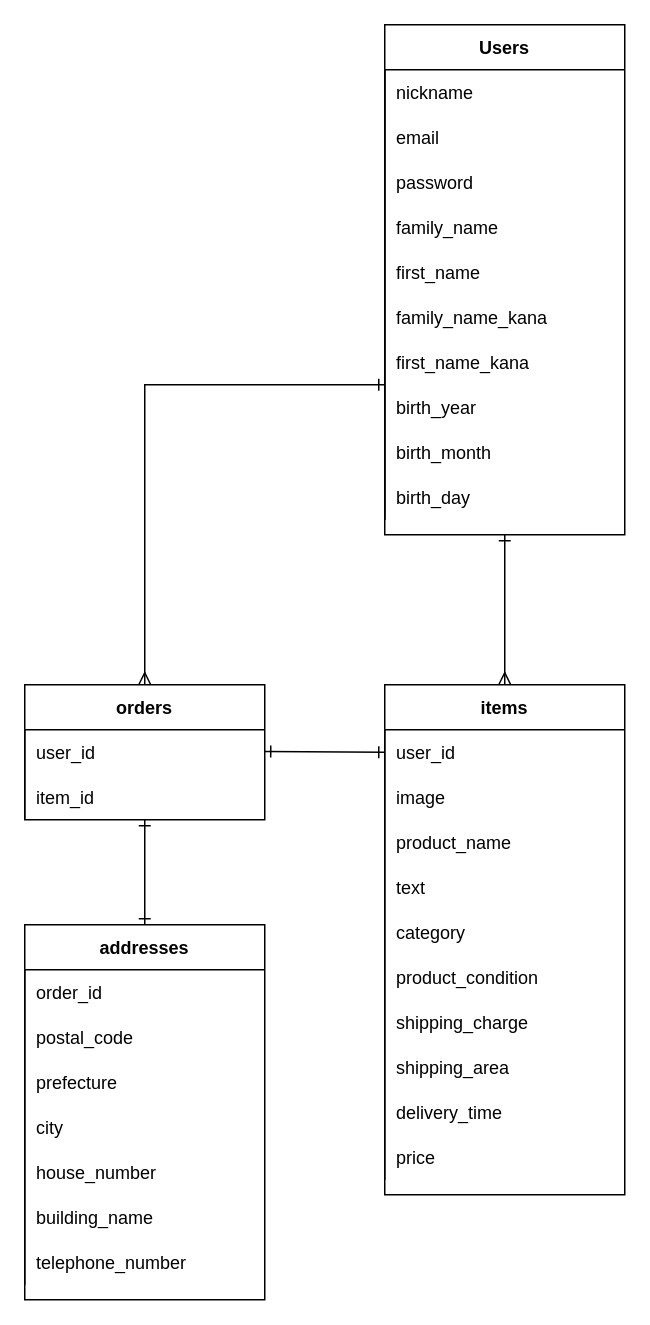
Earlier version of the draw.io diagram test.dio (yuma-matsumura/furima-33024). Source tidied: cells renumbered, new cells numbered last; positions are measured from the earlier drawing's top-left corner, leaving out a move shared by most shapes. Both pictures are drawn from the tidied source at 150%, with x=0, y=0 at pixel (24, 24).
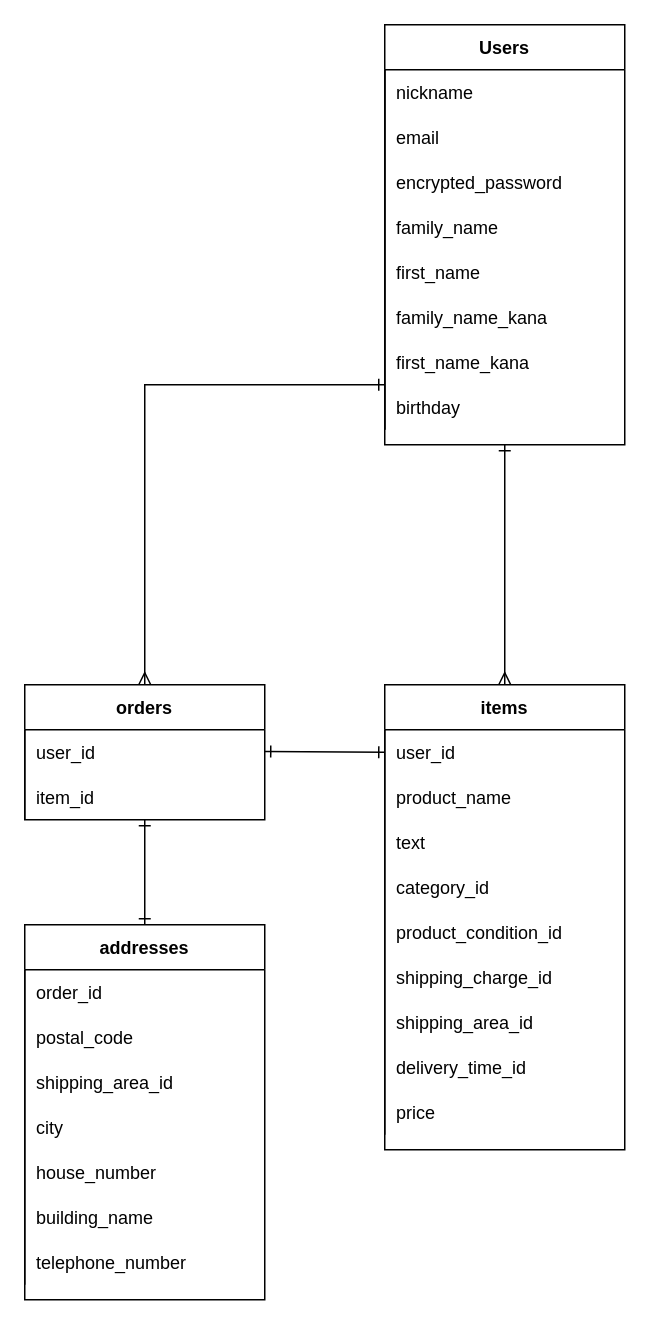
The same diagram, later.

Commit message (it also covers changes not shown here):
データベース設計　修正１

The change refers to these unchanged cells:
```xml
<mxCell id="11" style="shape=partialRectangle;fillColor=none;top=0;left=0;bottom=0;right=0;" parent="2" vertex="1">
  <mxGeometry y="90" width="160" height="30" as="geometry" />
</mxCell>
<mxCell id="88" style="shape=partialRectangle;fillColor=none;top=0;left=0;bottom=0;right=0;" parent="81" vertex="1">
  <mxGeometry y="90" width="160" height="30" as="geometry" />
</mxCell>
```

Diff of the diagram source:
```diff
@@
     <mxCell id="2" value="Users" style="shape=table;startSize=30;childLayout=tableLayout;rowLines=0;fontStyle=1;align=center;rounded=0;sketch=0;" parent="1" vertex="1">
-      <mxGeometry x="240" width="160" height="340" as="geometry" />
+      <mxGeometry x="240" width="160" height="280" as="geometry" />
     </mxCell>
@@
-    <mxCell id="14" value="password" style="shape=partialRectangle;fillColor=none;top=0;left=0;bottom=0;right=0;align=left;spacingLeft=6;overflow=hidden;" parent="11" vertex="1">
+    <mxCell id="14" value="encrypted_password" style="shape=partialRectangle;fillColor=none;top=0;left=0;bottom=0;right=0;align=left;spacingLeft=6;overflow=hidden;" parent="11" vertex="1">
       <mxGeometry width="160" height="30" as="geometry" />
     </mxCell>
@@
-    <mxCell id="31" style="shape=partialRectangle;fillColor=none;top=0;left=0;bottom=0;right=0;" parent="2" vertex="1">
-      <mxGeometry y="240" width="160" height="30" as="geometry" />
-    </mxCell>
-    <mxCell id="32" style="shape=partialRectangle;fillColor=none;top=0;left=0;bottom=0;right=0;overflow=hidden;" parent="31" vertex="1">
-      <mxGeometry height="30" as="geometry" />
-    </mxCell>
-    <mxCell id="33" style="shape=partialRectangle;fillColor=none;top=0;left=0;bottom=0;right=0;overflow=hidden;" parent="31" vertex="1">
-      <mxGeometry height="30" as="geometry" />
-    </mxCell>
-    <mxCell id="34" value="birth_year" style="shape=partialRectangle;fillColor=none;top=0;left=0;bottom=0;right=0;align=left;spacingLeft=6;overflow=hidden;" parent="31" vertex="1">
-      <mxGeometry width="160" height="30" as="geometry" />
-    </mxCell>
-    <mxCell id="35" style="shape=partialRectangle;fillColor=none;top=0;left=0;bottom=0;right=0;" parent="2" vertex="1">
-      <mxGeometry y="270" width="160" height="30" as="geometry" />
-    </mxCell>
-    <mxCell id="36" style="shape=partialRectangle;fillColor=none;top=0;left=0;bottom=0;right=0;overflow=hidden;" parent="35" vertex="1">
-      <mxGeometry height="30" as="geometry" />
-    </mxCell>
-    <mxCell id="37" style="shape=partialRectangle;fillColor=none;top=0;left=0;bottom=0;right=0;overflow=hidden;" parent="35" vertex="1">
-      <mxGeometry height="30" as="geometry" />
-    </mxCell>
-    <mxCell id="38" value="birth_month" style="shape=partialRectangle;fillColor=none;top=0;left=0;bottom=0;right=0;align=left;spacingLeft=6;overflow=hidden;" parent="35" vertex="1">
-      <mxGeometry width="160" height="30" as="geometry" />
-    </mxCell>
     <mxCell id="39" style="shape=partialRectangle;fillColor=none;top=0;left=0;bottom=0;right=0;" parent="2" vertex="1">
-      <mxGeometry y="300" width="160" height="30" as="geometry" />
+      <mxGeometry y="240" width="160" height="30" as="geometry" />
     </mxCell>
@@
-    <mxCell id="42" value="birth_day" style="shape=partialRectangle;fillColor=none;top=0;left=0;bottom=0;right=0;align=left;spacingLeft=6;overflow=hidden;" parent="39" vertex="1">
+    <mxCell id="42" value="birthday" style="shape=partialRectangle;fillColor=none;top=0;left=0;bottom=0;right=0;align=left;spacingLeft=6;overflow=hidden;" parent="39" vertex="1">
       <mxGeometry width="160" height="30" as="geometry" />
     </mxCell>
@@
     <mxCell id="50" value="items" style="shape=table;startSize=30;childLayout=tableLayout;rowLines=0;fontStyle=1;align=center;rounded=0;sketch=0;" parent="1" vertex="1">
-      <mxGeometry x="240" y="440" width="160" height="340" as="geometry" />
+      <mxGeometry x="240" y="440" width="160" height="310" as="geometry" />
     </mxCell>
@@
-    <mxCell id="54" style="shape=partialRectangle;fillColor=none;top=0;left=0;bottom=0;right=0;" parent="50" vertex="1">
-      <mxGeometry y="60" width="160" height="30" as="geometry" />
-    </mxCell>
-    <mxCell id="55" style="shape=partialRectangle;fillColor=none;top=0;left=0;bottom=0;right=0;overflow=hidden;" parent="54" vertex="1">
-      <mxGeometry height="30" as="geometry" />
-    </mxCell>
-    <mxCell id="56" value="image" style="shape=partialRectangle;fillColor=none;top=0;left=0;bottom=0;right=0;align=left;spacingLeft=6;overflow=hidden;" parent="54" vertex="1">
-      <mxGeometry width="160" height="30" as="geometry" />
-    </mxCell>
     <mxCell id="57" style="shape=partialRectangle;fillColor=none;top=0;left=0;bottom=0;right=0;" parent="50" vertex="1">
-      <mxGeometry y="90" width="160" height="30" as="geometry" />
+      <mxGeometry y="60" width="160" height="30" as="geometry" />
     </mxCell>
@@
     <mxCell id="60" style="shape=partialRectangle;fillColor=none;top=0;left=0;bottom=0;right=0;" parent="50" vertex="1">
-      <mxGeometry y="120" width="160" height="30" as="geometry" />
+      <mxGeometry y="90" width="160" height="30" as="geometry" />
     </mxCell>
@@
     <mxCell id="63" style="shape=partialRectangle;fillColor=none;top=0;left=0;bottom=0;right=0;" parent="50" vertex="1">
-      <mxGeometry y="150" width="160" height="30" as="geometry" />
+      <mxGeometry y="120" width="160" height="30" as="geometry" />
     </mxCell>
@@
-    <mxCell id="65" value="category" style="shape=partialRectangle;fillColor=none;top=0;left=0;bottom=0;right=0;align=left;spacingLeft=6;overflow=hidden;" parent="63" vertex="1">
+    <mxCell id="65" value="category_id" style="shape=partialRectangle;fillColor=none;top=0;left=0;bottom=0;right=0;align=left;spacingLeft=6;overflow=hidden;" parent="63" vertex="1">
       <mxGeometry width="160" height="30" as="geometry" />
     </mxCell>
     <mxCell id="66" style="shape=partialRectangle;fillColor=none;top=0;left=0;bottom=0;right=0;" parent="50" vertex="1">
-      <mxGeometry y="180" width="160" height="30" as="geometry" />
+      <mxGeometry y="150" width="160" height="30" as="geometry" />
     </mxCell>
@@
-    <mxCell id="68" value="product_condition" style="shape=partialRectangle;fillColor=none;top=0;left=0;bottom=0;right=0;align=left;spacingLeft=6;overflow=hidden;" parent="66" vertex="1">
+    <mxCell id="68" value="product_condition_id" style="shape=partialRectangle;fillColor=none;top=0;left=0;bottom=0;right=0;align=left;spacingLeft=6;overflow=hidden;" parent="66" vertex="1">
       <mxGeometry width="160" height="30" as="geometry" />
     </mxCell>
     <mxCell id="69" style="shape=partialRectangle;fillColor=none;top=0;left=0;bottom=0;right=0;" parent="50" vertex="1">
-      <mxGeometry y="210" width="160" height="30" as="geometry" />
+      <mxGeometry y="180" width="160" height="30" as="geometry" />
     </mxCell>
@@
-    <mxCell id="71" value="shipping_charge" style="shape=partialRectangle;fillColor=none;top=0;left=0;bottom=0;right=0;align=left;spacingLeft=6;overflow=hidden;" parent="69" vertex="1">
+    <mxCell id="71" value="shipping_charge_id" style="shape=partialRectangle;fillColor=none;top=0;left=0;bottom=0;right=0;align=left;spacingLeft=6;overflow=hidden;" parent="69" vertex="1">
       <mxGeometry width="160" height="30" as="geometry" />
     </mxCell>
     <mxCell id="72" style="shape=partialRectangle;fillColor=none;top=0;left=0;bottom=0;right=0;" parent="50" vertex="1">
-      <mxGeometry y="240" width="160" height="30" as="geometry" />
+      <mxGeometry y="210" width="160" height="30" as="geometry" />
     </mxCell>
@@
-    <mxCell id="74" value="shipping_area" style="shape=partialRectangle;fillColor=none;top=0;left=0;bottom=0;right=0;align=left;spacingLeft=6;overflow=hidden;" parent="72" vertex="1">
+    <mxCell id="74" value="shipping_area_id" style="shape=partialRectangle;fillColor=none;top=0;left=0;bottom=0;right=0;align=left;spacingLeft=6;overflow=hidden;" parent="72" vertex="1">
       <mxGeometry width="160" height="30" as="geometry" />
     </mxCell>
     <mxCell id="75" style="shape=partialRectangle;fillColor=none;top=0;left=0;bottom=0;right=0;" parent="50" vertex="1">
-      <mxGeometry y="270" width="160" height="30" as="geometry" />
+      <mxGeometry y="240" width="160" height="30" as="geometry" />
     </mxCell>
@@
-    <mxCell id="77" value="delivery_time" style="shape=partialRectangle;fillColor=none;top=0;left=0;bottom=0;right=0;align=left;spacingLeft=6;overflow=hidden;" parent="75" vertex="1">
+    <mxCell id="77" value="delivery_time_id" style="shape=partialRectangle;fillColor=none;top=0;left=0;bottom=0;right=0;align=left;spacingLeft=6;overflow=hidden;" parent="75" vertex="1">
       <mxGeometry width="160" height="30" as="geometry" />
     </mxCell>
     <mxCell id="78" style="shape=partialRectangle;fillColor=none;top=0;left=0;bottom=0;right=0;" parent="50" vertex="1">
-      <mxGeometry y="300" width="160" height="30" as="geometry" />
+      <mxGeometry y="270" width="160" height="30" as="geometry" />
     </mxCell>
@@
-    <mxCell id="90" value="prefecture" style="shape=partialRectangle;fillColor=none;top=0;left=0;bottom=0;right=0;align=left;spacingLeft=6;overflow=hidden;" parent="88" vertex="1">
+    <mxCell id="90" value="shipping_area_id" style="shape=partialRectangle;fillColor=none;top=0;left=0;bottom=0;right=0;align=left;spacingLeft=6;overflow=hidden;" parent="88" vertex="1">
       <mxGeometry width="160" height="30" as="geometry" />
     </mxCell>
```
